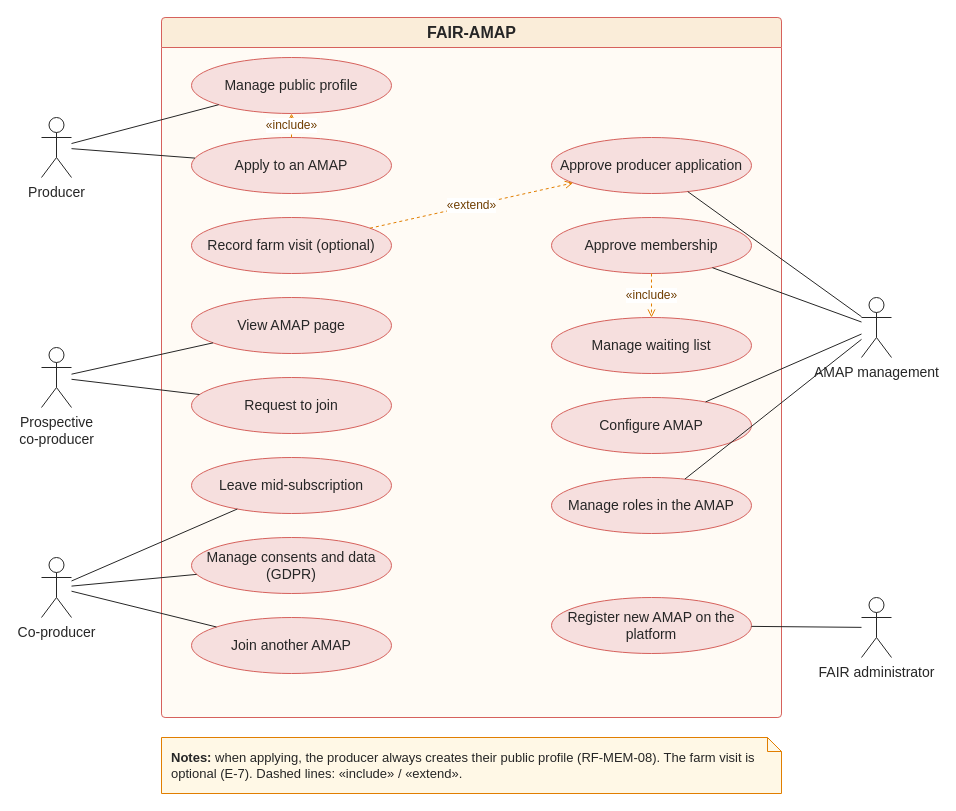
This is docs/requisitos/diagramas/casos_uso/CasosUsoRF01EN.drawio from BrunoAlvees/engreq_2627_G02, a draw.io file, before an edit. Source tidied: cells renumbered, new cells numbered last; positions are measured from the earlier drawing's top-left corner, leaving out a move shared by most shapes. Both pictures are drawn from the tidied source at 100%, with x=0, y=0 at pixel (41, 17).
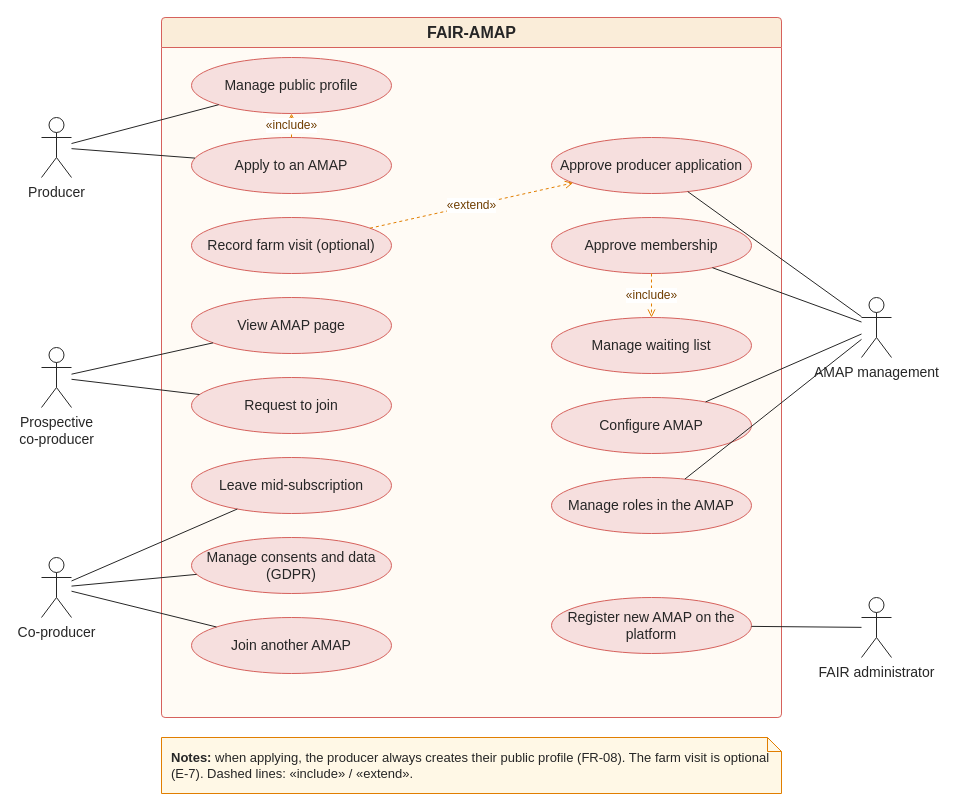
Above is the later version.

Diff of the diagram source:
```diff
@@
-    <mxCell id="37" value="&lt;b&gt;Notes:&lt;/b&gt; when applying, the producer always creates their public profile (RF-MEM-08). The farm visit is optional (E-7). Dashed lines: «include» / «extend»." style="shape=note;whiteSpace=wrap;html=1;size=14;fontSize=13;fillColor=#FFF8E6;strokeColor=#E17E00;fontColor=#262626;align=left;spacingLeft=8;" parent="1" vertex="1">
+    <mxCell id="37" value="&lt;b&gt;Notes:&lt;/b&gt; when applying, the producer always creates their public profile (FR-08). The farm visit is optional (E-7). Dashed lines: «include» / «extend»." style="shape=note;whiteSpace=wrap;html=1;size=14;fontSize=13;fillColor=#FFF8E6;strokeColor=#E17E00;fontColor=#262626;align=left;spacingLeft=8;" parent="1" vertex="1">
       <mxGeometry x="120" y="720" width="620" height="56" as="geometry" />
     </mxCell>
```
